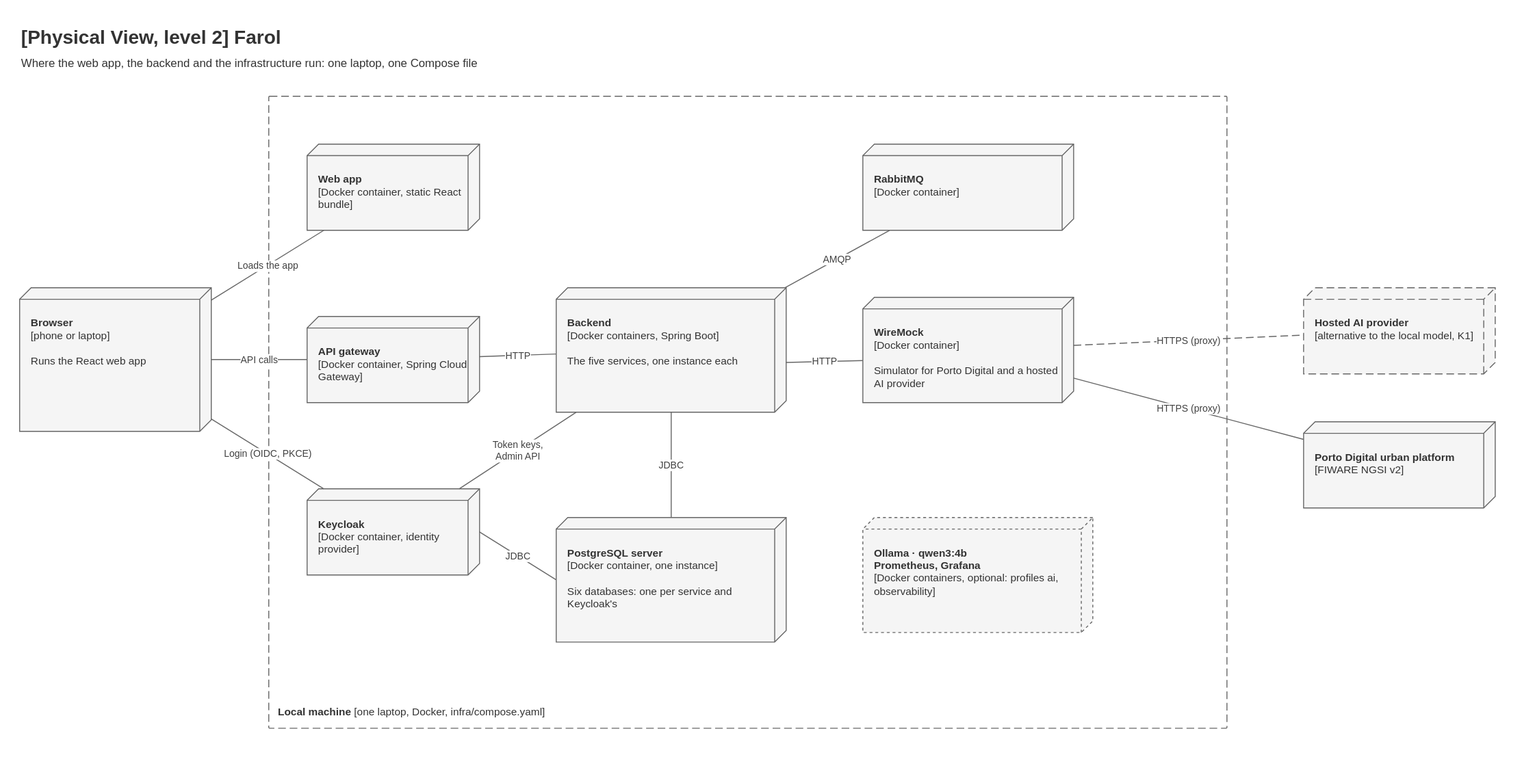
This is Docs/Technical/diagrams/physical-view-level-2.drawio.svg from tomasoliveira21/LABDSOF, a draw.io export, as it was before one commit. Source tidied: cells renumbered, new cells last; positions are measured from the earlier drawing's top-left corner, leaving out a move shared by most shapes.
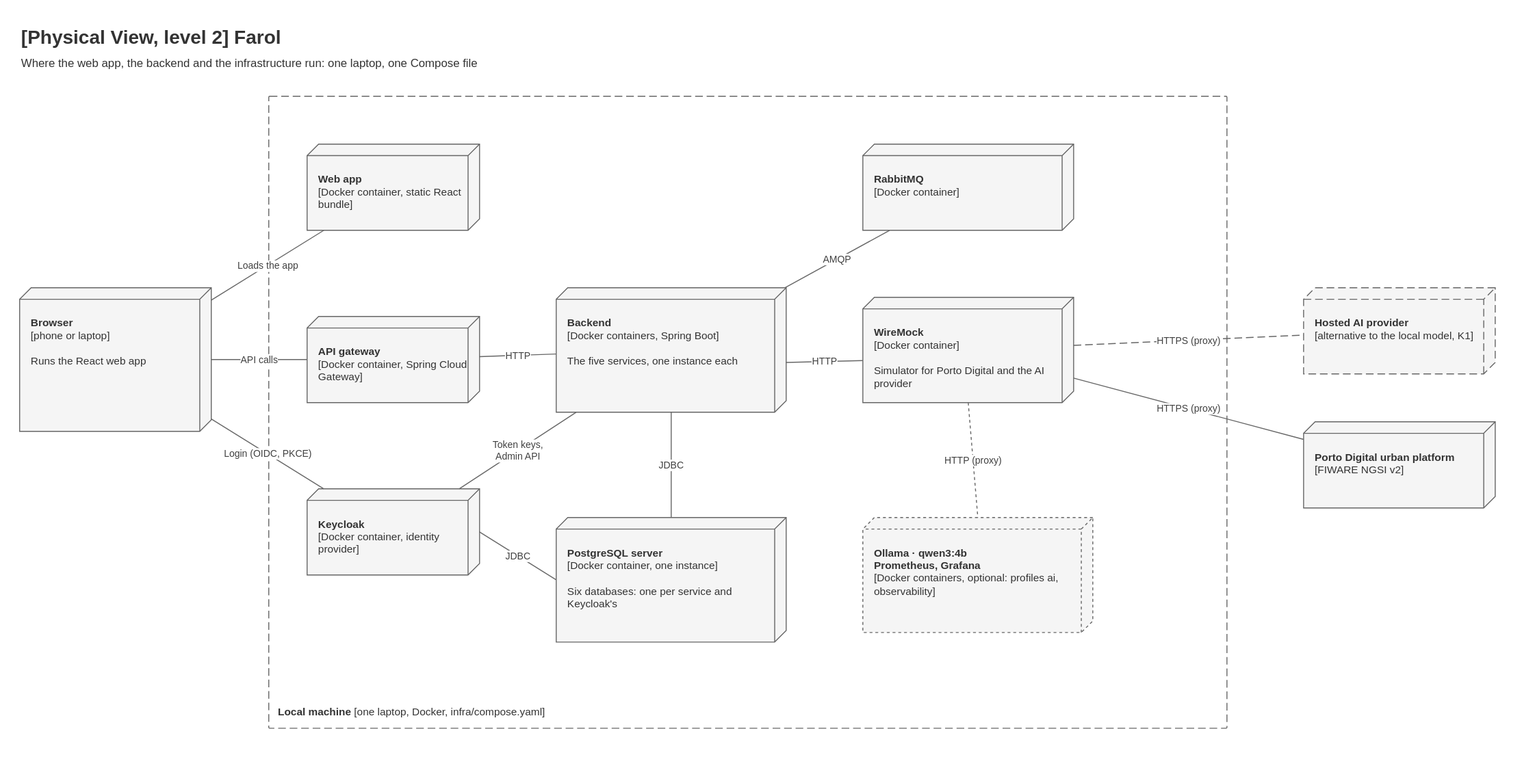
The same file after the commit.

The edit, as a diff of the source:
```diff
@@ -44,7 +44,7 @@
     <mxCell id="15" value="&lt;b&gt;Keycloak&lt;/b&gt;&lt;br&gt;[Docker container, identity provider]" style="shape=cube;size=12;flipH=1;whiteSpace=wrap;html=1;fillColor=#f5f5f5;strokeColor=#666666;fontColor=#333333;verticalAlign=top;align=left;spacing=12;spacingTop=14;fontSize=11;" parent="1" vertex="1">
       <mxGeometry x="300" y="490" width="180" height="90" as="geometry" />
     </mxCell>
-    <mxCell id="16" value="&lt;b&gt;WireMock&lt;/b&gt;&lt;br&gt;[Docker container]&lt;br&gt;&lt;br&gt;Simulator for Porto Digital and a hosted AI provider" style="shape=cube;size=12;flipH=1;whiteSpace=wrap;html=1;fillColor=#f5f5f5;strokeColor=#666666;fontColor=#333333;verticalAlign=top;align=left;spacing=12;spacingTop=14;fontSize=11;" parent="1" vertex="1">
+    <mxCell id="16" value="&lt;b&gt;WireMock&lt;/b&gt;&lt;br&gt;[Docker container]&lt;br&gt;&lt;br&gt;Simulator for Porto Digital and the AI provider" style="shape=cube;size=12;flipH=1;whiteSpace=wrap;html=1;fillColor=#f5f5f5;strokeColor=#666666;fontColor=#333333;verticalAlign=top;align=left;spacing=12;spacingTop=14;fontSize=11;" parent="1" vertex="1">
       <mxGeometry x="880" y="290" width="220" height="110" as="geometry" />
     </mxCell>
     <mxCell id="17" value="&lt;b&gt;Ollama · qwen3:4b&lt;/b&gt;&lt;br&gt;&lt;b&gt;Prometheus, Grafana&lt;/b&gt;&lt;br&gt;[Docker containers, optional: profiles ai, observability]" style="shape=cube;size=12;flipH=1;whiteSpace=wrap;html=1;fillColor=#f5f5f5;strokeColor=#666666;fontColor=#333333;verticalAlign=top;align=left;spacing=12;spacingTop=14;fontSize=11;dashed=1;" parent="1" vertex="1">
@@ -74,5 +74,8 @@
     <mxCell id="25" value="HTTPS (proxy)" style="endArrow=none;html=1;fontSize=10;fontColor=#404040;strokeColor=#666666;rounded=0;labelBackgroundColor=#ffffff;" parent="1" edge="1" source="16" target="9">
       <mxGeometry relative="1" as="geometry" />
     </mxCell>
+    <mxCell id="26" value="HTTP (proxy)" style="endArrow=none;html=1;fontSize=10;fontColor=#404040;strokeColor=#666666;rounded=0;labelBackgroundColor=#ffffff;dashed=1;exitX=0.5;exitY=1;exitDx=0;exitDy=0;entryX=0.5;entryY=0;entryDx=0;entryDy=0;" parent="1" edge="1" source="16" target="17">
+      <mxGeometry relative="1" as="geometry" />
+    </mxCell>
   </root>
 </mxGraphModel>
```
